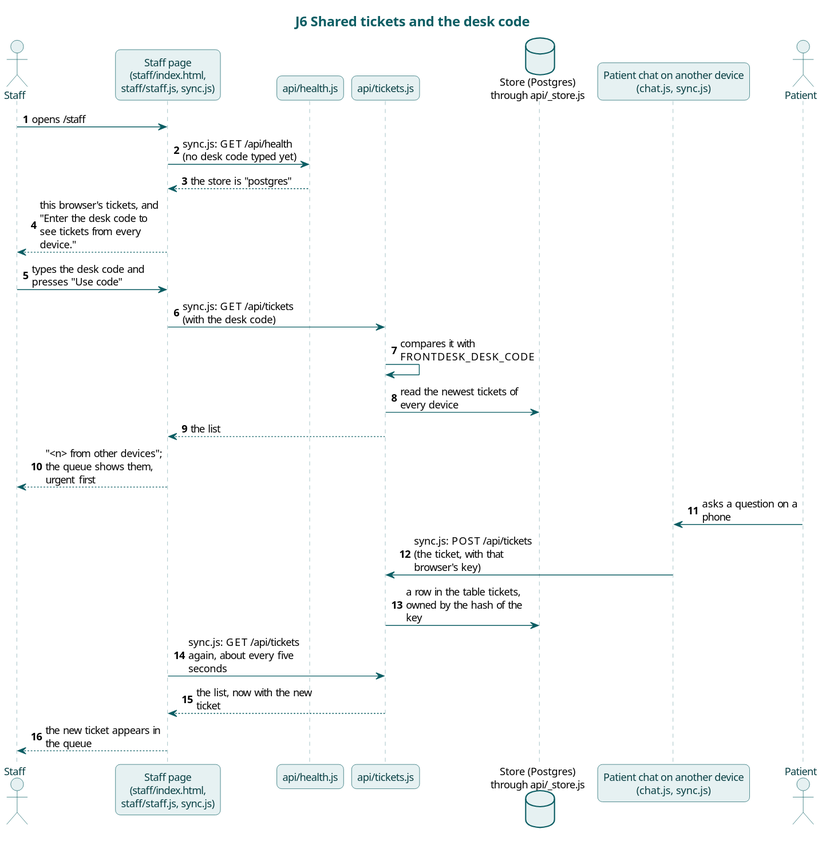
Earlier version of the PlantUML export docs/diagrams/j6-shared-tickets.svg (karwasanjay007/frontdesk-ai-docs).
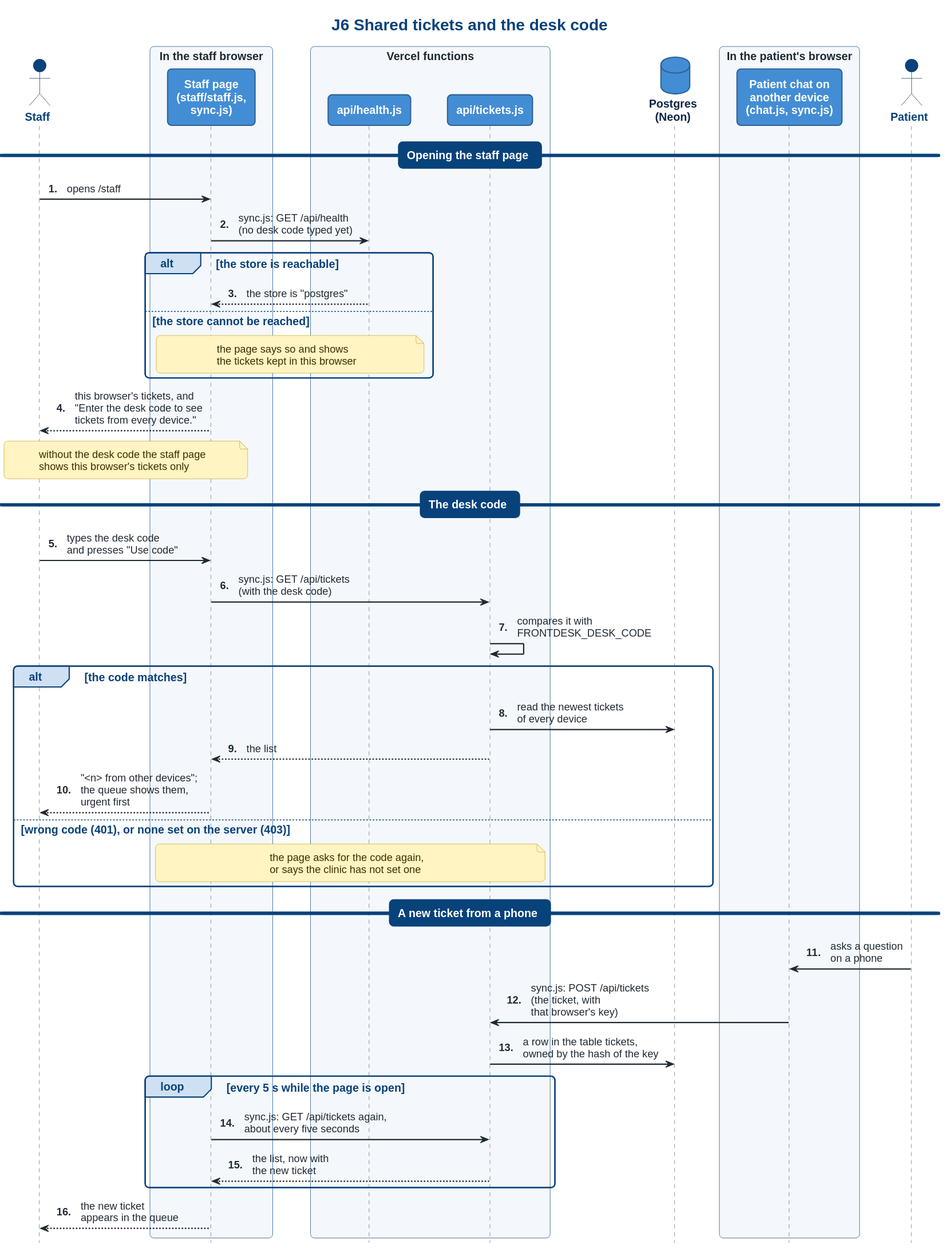
The same file after the commit.

What changed in the source:
```diff
@@ -1,29 +1,48 @@
 @startuml
-!include style.iuml
+!include c4-sequence.iuml
 title J6 Shared tickets and the desk code
-actor Staff
-participant "Staff page\n(staff/index.html,\nstaff/staff.js, sync.js)" as SP
-participant "api/health.js" as Health
-participant "api/tickets.js" as Tix
-database "Store (Postgres)\nthrough api/_store.js" as Store
-participant "Patient chat on another device\n(chat.js, sync.js)" as Chat
-actor Patient
-autonumber
+actor "Staff" as Staff <<person>>
+box "In the staff browser"
+participant "Staff page\n(staff/staff.js,\nsync.js)" as SP <<container>>
+end box
+box "Vercel functions"
+participant "api/health.js" as Health <<container>>
+participant "api/tickets.js" as Tix <<container>>
+end box
+database "Postgres\n(Neon)" as Store <<store>>
+box "In the patient's browser"
+participant "Patient chat on\nanother device\n(chat.js, sync.js)" as Chat <<container>>
+end box
+actor "Patient" as Patient <<person>>
 
+== Opening the staff page ==
 Staff -> SP : opens /staff
-SP -> Health : sync.js: GET /api/health (no desk code typed yet)
-Health --> SP : the store is "postgres"
-SP --> Staff : this browser's tickets, and "Enter the desk code to see tickets from every device."
-Staff -> SP : types the desk code and presses "Use code"
-SP -> Tix : sync.js: GET /api/tickets (with the desk code)
-Tix -> Tix : compares it with FRONTDESK_DESK_CODE
-Tix -> Store : read the newest tickets of every device
-Tix --> SP : the list
-SP --> Staff : "<n> from other devices"; the queue shows them, urgent first
-Patient -> Chat : asks a question on a phone
-Chat -> Tix : sync.js: POST /api/tickets (the ticket, with that browser's key)
-Tix -> Store : a row in the table tickets, owned by the hash of the key
-SP -> Tix : sync.js: GET /api/tickets again, about every five seconds
-Tix --> SP : the list, now with the new ticket
-SP --> Staff : the new ticket appears in the queue
+SP -> Health : sync.js: GET /api/health\n(no desk code typed yet)
+alt the store is reachable
+  Health --> SP : the store is "postgres"
+else the store cannot be reached
+  note over SP, Health : the page says so and shows\nthe tickets kept in this browser
+end
+SP --> Staff : this browser's tickets, and\n"Enter the desk code to see\ntickets from every device."
+note over SP, Staff : without the desk code the staff page\nshows this browser's tickets only
+== The desk code ==
+Staff -> SP : types the desk code\nand presses "Use code"
+SP -> Tix : sync.js: GET /api/tickets\n(with the desk code)
+Tix -> Tix : compares it with\nFRONTDESK_DESK_CODE
+alt the code matches
+  Tix -> Store : read the newest tickets\nof every device
+  Tix --> SP : the list
+  SP --> Staff : "<n> from other devices";\nthe queue shows them,\nurgent first
+else wrong code (401), or none set on the server (403)
+  note over SP, Tix : the page asks for the code again,\nor says the clinic has not set one
+end
+== A new ticket from a phone ==
+Patient -> Chat : asks a question\non a phone
+Chat -> Tix : sync.js: POST /api/tickets\n(the ticket, with\nthat browser's key)
+Tix -> Store : a row in the table tickets,\nowned by the hash of the key
+loop every 5 s while the page is open
+  SP -> Tix : sync.js: GET /api/tickets again,\nabout every five seconds
+  Tix --> SP : the list, now with\nthe new ticket
+end
+SP --> Staff : the new ticket\nappears in the queue
 @enduml
```
